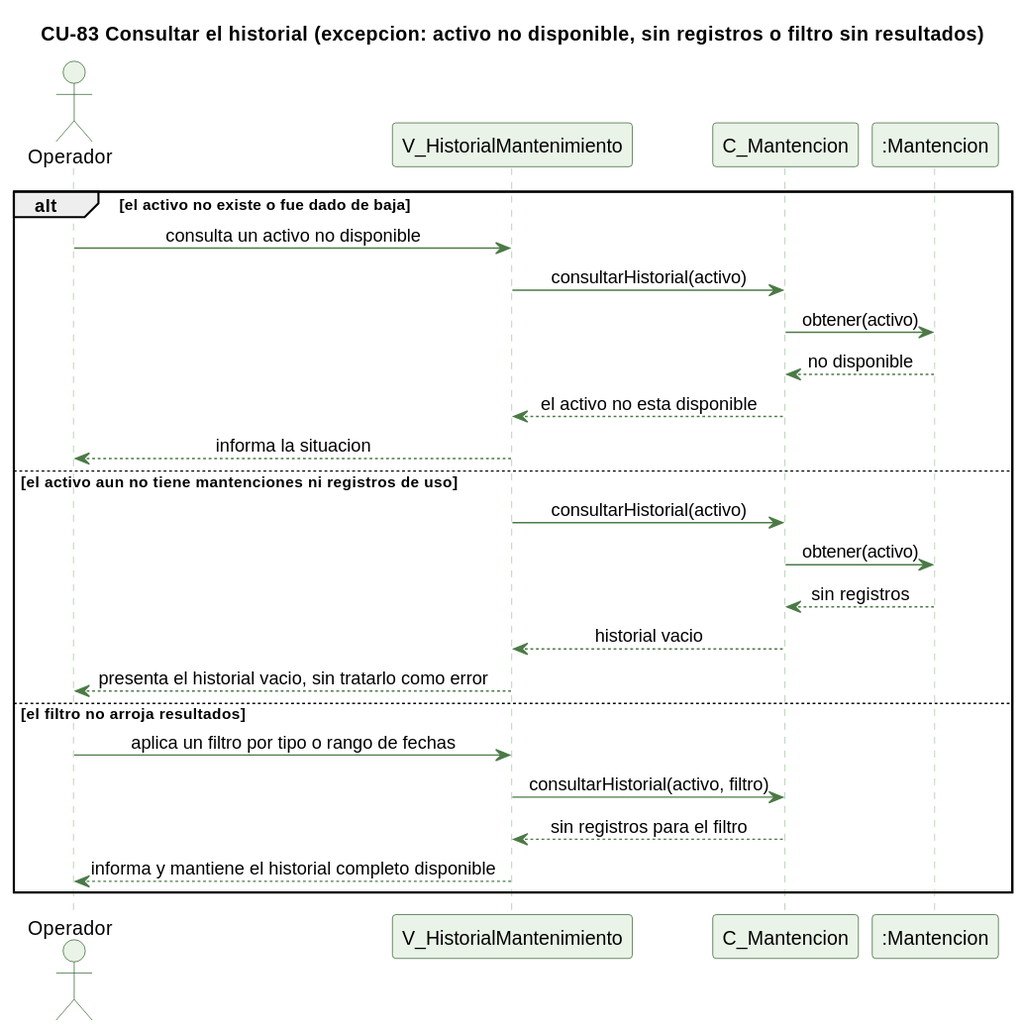
Above: docs/trabajo-grupal/diagramas/secuencias/cu83-historial-mantenimiento-excepcion.svg in kenjikaese/Triverde (PlantUML), before the change. Its diagram source:
```plantuml
@startuml
skinparam backgroundColor #FFFFFF
skinparam shadowing false
skinparam defaultFontName Helvetica
skinparam sequenceMessageAlign center
skinparam ParticipantBackgroundColor #EAF3E7
skinparam ParticipantBorderColor #2E5E2A
skinparam ActorBackgroundColor #EAF3E7
skinparam ActorBorderColor #2E5E2A
skinparam sequenceLifeLineBorderColor #9CC49A
skinparam ArrowColor #4B7A46

title CU-83 Consultar el historial (excepcion: activo no disponible, sin registros o filtro sin resultados)

actor Operador
participant "V_HistorialMantenimiento" as V
participant "C_Mantencion" as C
participant ":Mantencion" as MNT

alt el activo no existe o fue dado de baja
  Operador -> V : consulta un activo no disponible
  V -> C : consultarHistorial(activo)
  C -> MNT : obtener(activo)
  MNT --> C : no disponible
  C --> V : el activo no esta disponible
  V --> Operador : informa la situacion
else el activo aun no tiene mantenciones ni registros de uso
  V -> C : consultarHistorial(activo)
  C -> MNT : obtener(activo)
  MNT --> C : sin registros
  C --> V : historial vacio
  V --> Operador : presenta el historial vacio, sin tratarlo como error
else el filtro no arroja resultados
  Operador -> V : aplica un filtro por tipo o rango de fechas
  V -> C : consultarHistorial(activo, filtro)
  C --> V : sin registros para el filtro
  V --> Operador : informa y mantiene el historial completo disponible
end
@enduml
```
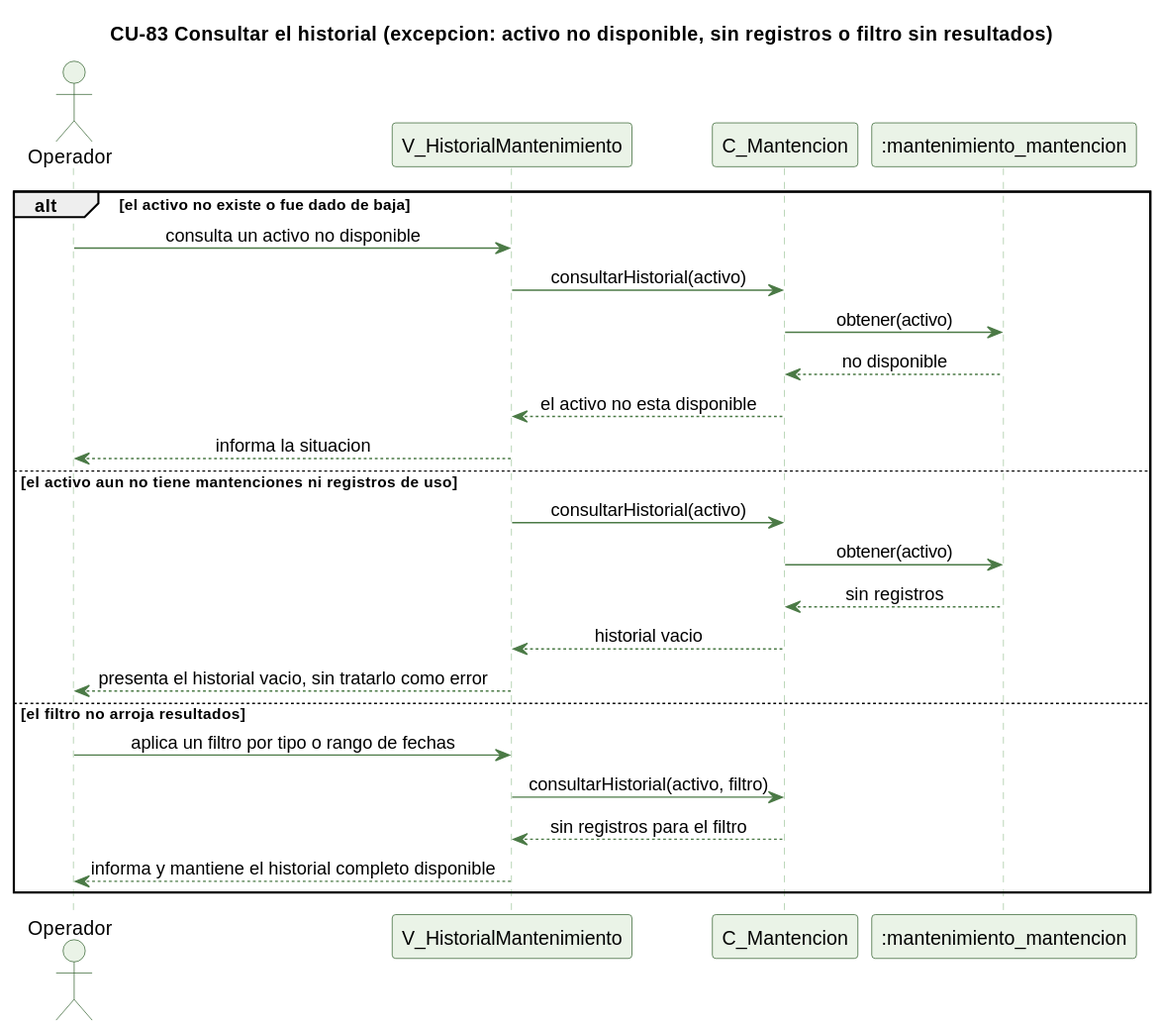
Above is the later version.

Diff of the diagram source:
```diff
@@ -15,7 +15,7 @@
 actor Operador
 participant "V_HistorialMantenimiento" as V
 participant "C_Mantencion" as C
-participant ":Mantencion" as MNT
+participant ":mantenimiento_mantencion" as MNT
 
 alt el activo no existe o fue dado de baja
   Operador -> V : consulta un activo no disponible
```
